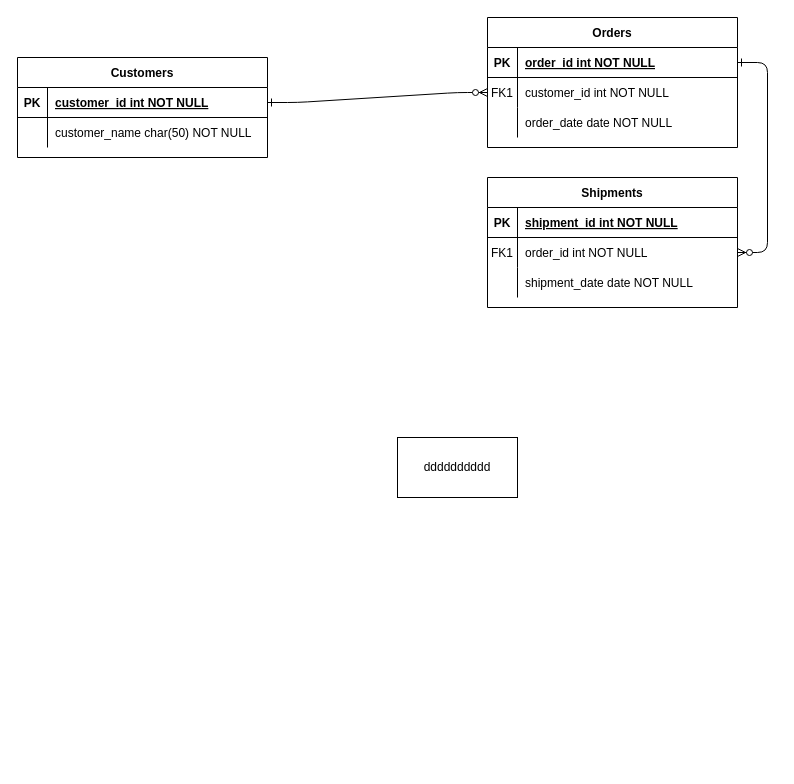
The draw.io diagram phoneNumber/phonePool.drawio in 1074191791/erMap, before the edit. Source tidied: cells renumbered, new cells numbered last; positions are measured from the earlier drawing's top-left corner, leaving out a move shared by most shapes. Both pictures are drawn from the tidied source at 100%, with x=0, y=0 at pixel (17, 17).
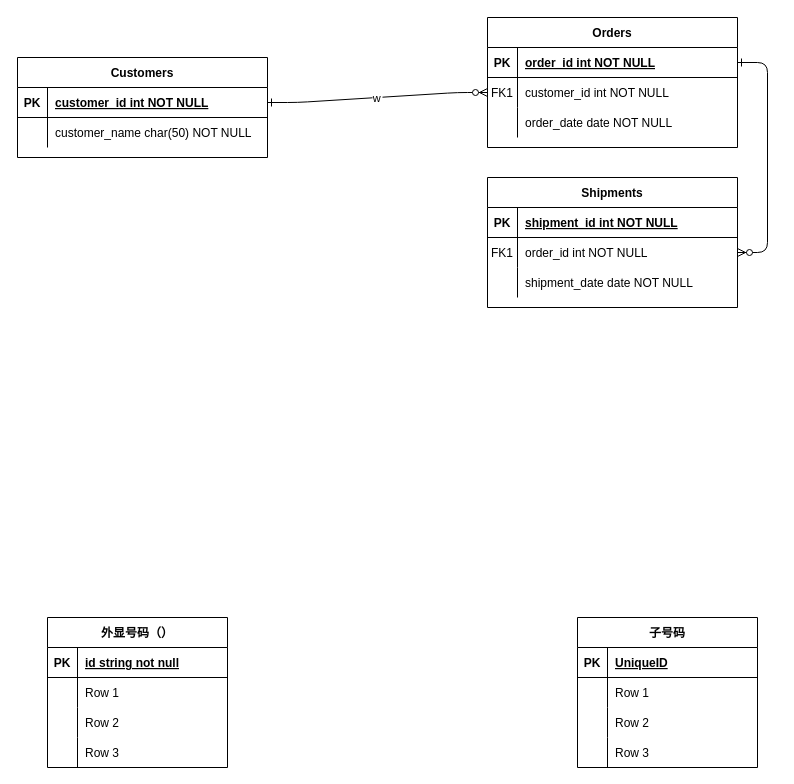
After the change.

Unchanged cells that the change refers to:
```xml
<mxCell id="8" style="shape=partialRectangle;fillColor=none;points=[[0,0.5],[1,0.5]];portConstraint=eastwest;top=0;left=0;right=0;bottom=0;" parent="4" vertex="1">
  <mxGeometry y="60" width="250" height="30" as="geometry" />
</mxCell>
<mxCell id="25" style="shape=partialRectangle;fillColor=none;points=[[0,0.5],[1,0.5]];portConstraint=eastwest;top=0;left=0;right=0;bottom=1;" parent="24" vertex="1">
  <mxGeometry y="30" width="250" height="30" as="geometry" />
</mxCell>
```

Diff of the diagram source:
```diff
@@
-    <mxCell id="2" style="edgeStyle=entityRelationEdgeStyle;endArrow=ERzeroToMany;startArrow=ERone;endFill=1;startFill=0;" parent="1" edge="1" source="25" target="8">
+    <mxCell id="2" value="w" style="edgeStyle=entityRelationEdgeStyle;endArrow=ERzeroToMany;startArrow=ERone;endFill=1;startFill=0;" parent="1" edge="1" source="25" target="8">
       <mxGeometry relative="1" as="geometry" />
     </mxCell>
@@
-    <mxCell id="31" value="dddddddddd" style="whiteSpace=wrap;html=1;" parent="1" vertex="1">
-      <mxGeometry x="380" y="420" width="120" height="60" as="geometry" />
-    </mxCell>
+    <mxCell id="32" value="外显号码（）" style="shape=table;startSize=30;childLayout=tableLayout;rowLines=0;fontStyle=1;align=center;" parent="1" vertex="1">
+      <mxGeometry x="30" y="600" width="180" height="150" as="geometry" />
+    </mxCell>
+    <mxCell id="33" style="shape=tableRow;horizontal=0;startSize=0;swimlaneHead=0;swimlaneBody=0;fillColor=none;top=0;left=0;right=0;bottom=1;" parent="32" vertex="1">
+      <mxGeometry y="30" width="180" height="30" as="geometry" />
+    </mxCell>
+    <mxCell id="34" value="PK" style="shape=partialRectangle;fillColor=none;top=0;left=0;bottom=0;right=0;fontStyle=1;overflow=hidden;" parent="33" vertex="1">
+      <mxGeometry width="30" height="30" as="geometry" />
+    </mxCell>
+    <mxCell id="35" value="id string not null" style="shape=partialRectangle;fillColor=none;top=0;left=0;bottom=0;right=0;align=left;spacingLeft=6;fontStyle=5;overflow=hidden;" parent="33" vertex="1">
+      <mxGeometry x="30" width="150" height="30" as="geometry" />
+    </mxCell>
+    <mxCell id="36" style="shape=tableRow;horizontal=0;startSize=0;swimlaneHead=0;swimlaneBody=0;fillColor=none;top=0;left=0;right=0;bottom=0;" parent="32" vertex="1">
+      <mxGeometry y="60" width="180" height="30" as="geometry" />
+    </mxCell>
+    <mxCell id="37" style="shape=partialRectangle;fillColor=none;top=0;left=0;bottom=0;right=0;overflow=hidden;" parent="36" vertex="1">
+      <mxGeometry width="30" height="30" as="geometry" />
+    </mxCell>
+    <mxCell id="38" value="Row 1" style="shape=partialRectangle;fillColor=none;top=0;left=0;bottom=0;right=0;align=left;spacingLeft=6;overflow=hidden;" parent="36" vertex="1">
+      <mxGeometry x="30" width="150" height="30" as="geometry" />
+    </mxCell>
+    <mxCell id="39" style="shape=tableRow;horizontal=0;startSize=0;swimlaneHead=0;swimlaneBody=0;fillColor=none;top=0;left=0;right=0;bottom=0;" parent="32" vertex="1">
+      <mxGeometry y="90" width="180" height="30" as="geometry" />
+    </mxCell>
+    <mxCell id="40" style="shape=partialRectangle;fillColor=none;top=0;left=0;bottom=0;right=0;overflow=hidden;" parent="39" vertex="1">
+      <mxGeometry width="30" height="30" as="geometry" />
+    </mxCell>
+    <mxCell id="41" value="Row 2" style="shape=partialRectangle;fillColor=none;top=0;left=0;bottom=0;right=0;align=left;spacingLeft=6;overflow=hidden;" parent="39" vertex="1">
+      <mxGeometry x="30" width="150" height="30" as="geometry" />
+    </mxCell>
+    <mxCell id="42" style="shape=tableRow;horizontal=0;startSize=0;swimlaneHead=0;swimlaneBody=0;fillColor=none;top=0;left=0;right=0;bottom=0;" parent="32" vertex="1">
+      <mxGeometry y="120" width="180" height="30" as="geometry" />
+    </mxCell>
+    <mxCell id="43" style="shape=partialRectangle;fillColor=none;top=0;left=0;bottom=0;right=0;overflow=hidden;" parent="42" vertex="1">
+      <mxGeometry width="30" height="30" as="geometry" />
+    </mxCell>
+    <mxCell id="44" value="Row 3" style="shape=partialRectangle;fillColor=none;top=0;left=0;bottom=0;right=0;align=left;spacingLeft=6;overflow=hidden;" parent="42" vertex="1">
+      <mxGeometry x="30" width="150" height="30" as="geometry" />
+    </mxCell>
+    <mxCell id="45" value="子号码" style="shape=table;startSize=30;childLayout=tableLayout;rowLines=0;fontStyle=1;align=center;" parent="1" vertex="1">
+      <mxGeometry x="560" y="600" width="180" height="150" as="geometry" />
+    </mxCell>
+    <mxCell id="46" style="shape=tableRow;horizontal=0;startSize=0;swimlaneHead=0;swimlaneBody=0;fillColor=none;top=0;left=0;right=0;bottom=1;" parent="45" vertex="1">
+      <mxGeometry y="30" width="180" height="30" as="geometry" />
+    </mxCell>
+    <mxCell id="47" value="PK" style="shape=partialRectangle;fillColor=none;top=0;left=0;bottom=0;right=0;fontStyle=1;overflow=hidden;" parent="46" vertex="1">
+      <mxGeometry width="30" height="30" as="geometry" />
+    </mxCell>
+    <mxCell id="48" value="UniqueID" style="shape=partialRectangle;fillColor=none;top=0;left=0;bottom=0;right=0;align=left;spacingLeft=6;fontStyle=5;overflow=hidden;" parent="46" vertex="1">
+      <mxGeometry x="30" width="150" height="30" as="geometry" />
+    </mxCell>
+    <mxCell id="49" style="shape=tableRow;horizontal=0;startSize=0;swimlaneHead=0;swimlaneBody=0;fillColor=none;top=0;left=0;right=0;bottom=0;" parent="45" vertex="1">
+      <mxGeometry y="60" width="180" height="30" as="geometry" />
+    </mxCell>
+    <mxCell id="50" style="shape=partialRectangle;fillColor=none;top=0;left=0;bottom=0;right=0;overflow=hidden;" parent="49" vertex="1">
+      <mxGeometry width="30" height="30" as="geometry" />
+    </mxCell>
+    <mxCell id="51" value="Row 1" style="shape=partialRectangle;fillColor=none;top=0;left=0;bottom=0;right=0;align=left;spacingLeft=6;overflow=hidden;" parent="49" vertex="1">
+      <mxGeometry x="30" width="150" height="30" as="geometry" />
+    </mxCell>
+    <mxCell id="52" style="shape=tableRow;horizontal=0;startSize=0;swimlaneHead=0;swimlaneBody=0;fillColor=none;top=0;left=0;right=0;bottom=0;" parent="45" vertex="1">
+      <mxGeometry y="90" width="180" height="30" as="geometry" />
+    </mxCell>
+    <mxCell id="53" style="shape=partialRectangle;fillColor=none;top=0;left=0;bottom=0;right=0;overflow=hidden;" parent="52" vertex="1">
+      <mxGeometry width="30" height="30" as="geometry" />
+    </mxCell>
+    <mxCell id="54" value="Row 2" style="shape=partialRectangle;fillColor=none;top=0;left=0;bottom=0;right=0;align=left;spacingLeft=6;overflow=hidden;" parent="52" vertex="1">
+      <mxGeometry x="30" width="150" height="30" as="geometry" />
+    </mxCell>
+    <mxCell id="55" style="shape=tableRow;horizontal=0;startSize=0;swimlaneHead=0;swimlaneBody=0;fillColor=none;top=0;left=0;right=0;bottom=0;" parent="45" vertex="1">
+      <mxGeometry y="120" width="180" height="30" as="geometry" />
+    </mxCell>
+    <mxCell id="56" style="shape=partialRectangle;fillColor=none;top=0;left=0;bottom=0;right=0;overflow=hidden;" parent="55" vertex="1">
+      <mxGeometry width="30" height="30" as="geometry" />
+    </mxCell>
+    <mxCell id="57" value="Row 3" style="shape=partialRectangle;fillColor=none;top=0;left=0;bottom=0;right=0;align=left;spacingLeft=6;overflow=hidden;" parent="55" vertex="1">
+      <mxGeometry x="30" width="150" height="30" as="geometry" />
+    </mxCell>
```
